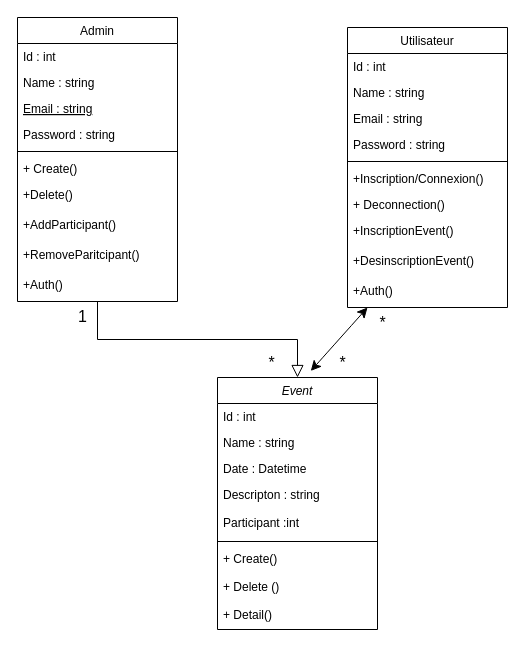
Above: Diagramme sans nom.drawio in Arheee/EventsCoolFun-ECF (draw.io), before the change. Source tidied: cells renumbered, new cells numbered last; positions are measured from the earlier drawing's top-left corner, leaving out a move shared by most shapes. Both pictures are drawn from the tidied source at 100%, with x=0, y=0 at pixel (17, 17).
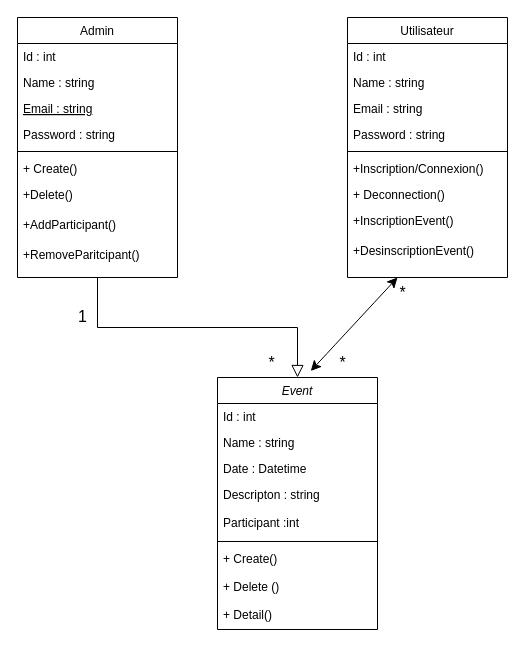
Above is the later version.

The change refers to these unchanged cells:
```xml
<mxCell id="2" value="Event" style="swimlane;fontStyle=2;align=center;verticalAlign=top;horizontal=1;startSize=26;rounded=0;shadow=0;strokeWidth=1;" parent="1" vertex="1">
  <mxGeometry x="200" y="360" width="160" height="252" as="geometry" />
</mxCell>
```

The edit, as a diff of the source:
```diff
@@
     <mxCell id="12" value="Admin" style="swimlane;fontStyle=0;align=center;verticalAlign=top;horizontal=1;startSize=26;rounded=0;shadow=0;strokeWidth=1;" parent="1" vertex="1">
-      <mxGeometry width="160" height="284" as="geometry" />
+      <mxGeometry width="160" height="260" as="geometry" />
     </mxCell>
@@
-    <mxCell id="22" value="+Auth()" style="text;align=left;verticalAlign=top;spacingLeft=4;spacingRight=4;overflow=hidden;" parent="12" vertex="1">
-      <mxGeometry y="254" width="160" height="30" as="geometry" />
-    </mxCell>
@@
     <mxCell id="24" value="Utilisateur" style="swimlane;fontStyle=0;align=center;verticalAlign=top;horizontal=1;startSize=26;rounded=0;shadow=0;strokeWidth=1;" parent="1" vertex="1">
-      <mxGeometry x="330" y="10" width="160" height="280" as="geometry" />
+      <mxGeometry x="330" width="160" height="260" as="geometry" />
     </mxCell>
@@
-    <mxCell id="34" value="+Auth()" style="text;align=left;verticalAlign=top;spacingLeft=4;spacingRight=4;overflow=hidden;points=[[0,0.5],[1,0.5]];portConstraint=eastwest;" parent="24" vertex="1">
-      <mxGeometry y="250" width="160" height="30" as="geometry" />
-    </mxCell>
-    <mxCell id="35" style="endArrow=classic;startArrow=classic;html=1;rounded=0;fontSize=12;startSize=8;endSize=8;curved=1;exitX=0.583;exitY=-0.026;exitDx=0;exitDy=0;exitPerimeter=0;entryX=0.125;entryY=1;entryDx=0;entryDy=0;entryPerimeter=0;" parent="1" edge="1" source="2" target="34">
-      <mxGeometry relative="1" as="geometry" />
+    <mxCell id="35" style="endArrow=classic;startArrow=classic;html=1;rounded=0;fontSize=12;startSize=8;endSize=8;curved=1;exitX=0.583;exitY=-0.026;exitDx=0;exitDy=0;exitPerimeter=0;" parent="1" edge="1" source="2">
+      <mxGeometry relative="1" as="geometry">
+        <mxPoint x="380" y="260" as="targetPoint" />
+      </mxGeometry>
     </mxCell>
@@
     <mxCell id="39" value="*" style="text;html=1;align=center;verticalAlign=middle;strokeColor=none;fillColor=none;fontSize=16;" parent="1" vertex="1">
-      <mxGeometry x="350" y="290" width="30" height="30" as="geometry" />
+      <mxGeometry x="370" y="260" width="30" height="30" as="geometry" />
     </mxCell>
```
